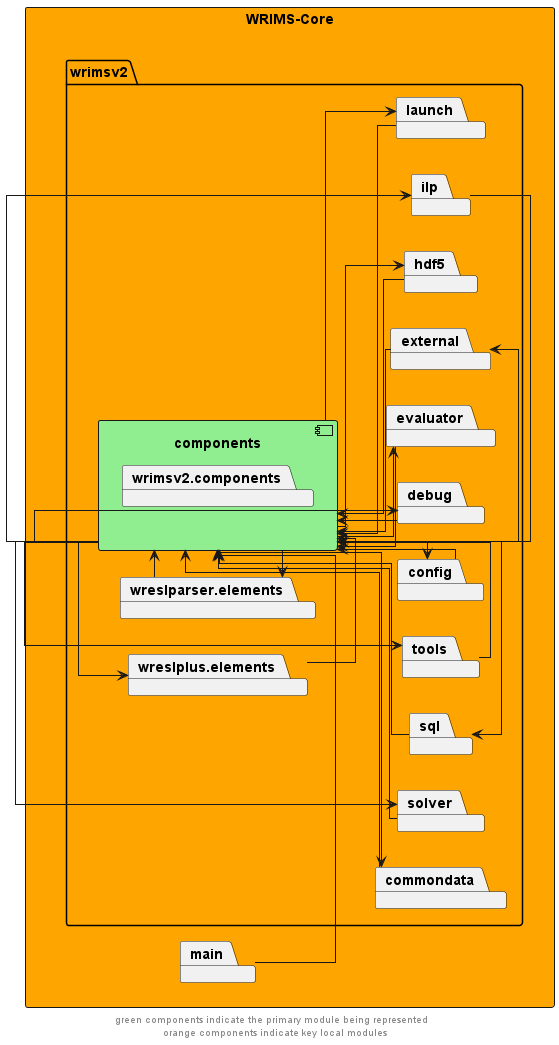
Above: docs/diagrams/wrims-core/wrims-core_components.png in CentralValleyModeling/wrims (PlantUML), before the change.
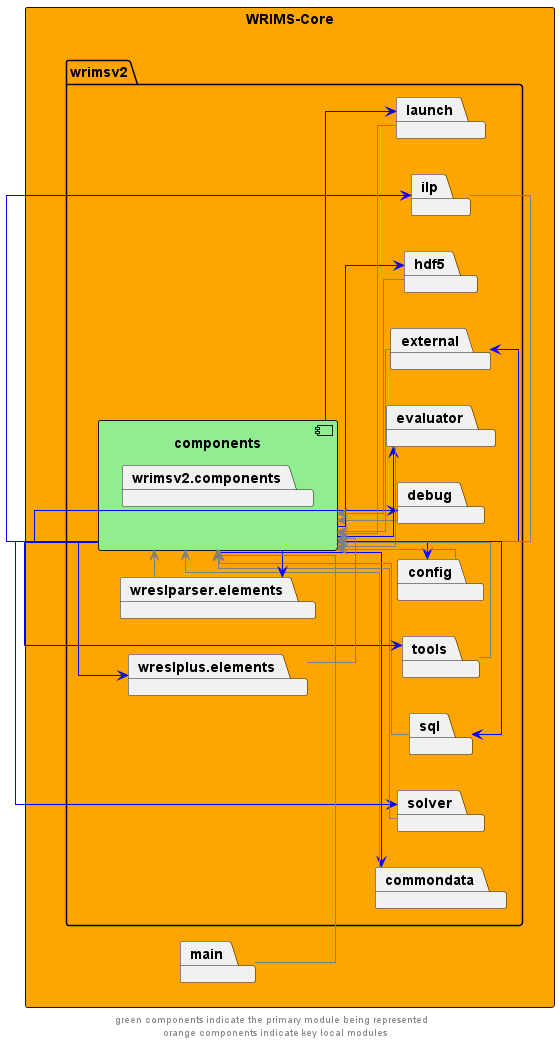
After the commit.

The edit, as a diff of the source:
```diff
@@ -23,47 +23,47 @@
 package main
 }
 
-components --> commondata
-commondata --> components
+components --> commondata #blue
+commondata --> components #grey
 
-components --> config
-config --> components
+components --> config #blue
+config --> components #grey
 
-components --> debug
-debug --> components
+components --> debug #blue
+debug --> components #grey
 
-components --> evaluator
-evaluator --> components
+components --> evaluator #blue
+evaluator --> components #grey
 
-components --> external
-external --> components
+components --> external #blue
+external --> components #grey
 
-components --> hdf5
-hdf5 --> components
+components --> hdf5 #blue
+hdf5 --> components #grey
 
-components --> ilp
-ilp --> components
+components --> ilp #blue
+ilp --> components #grey
 
-components --> launch
-launch --> components
+components --> launch #blue
+launch --> components #grey
 
-components --> solver
-solver --> components
+components --> solver #blue
+solver --> components #grey
 
-components --> sql
-sql --> components
+components --> sql #blue
+sql --> components #grey
 
-components --> tools
-tools --> components
+components --> tools #blue
+tools --> components #grey
 
-components --> wreslparser.elements
-wreslparser.elements --> components
+components --> wreslparser.elements #blue
+wreslparser.elements --> components #grey
 
-components --> wreslplus.elements
-wreslplus.elements --> components
+components --> wreslplus.elements #blue
+wreslplus.elements --> components #grey
 
 
-main -right-> components
+main -right-> components #grey
 
 
 main -up[hidden]-> wrims_core
```
